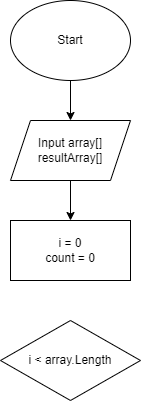
Above: algorithm.drawio.png in Toryansky/Final_Work (draw.io), before the change. Source tidied: cells renumbered, new cells last; positions are measured from the earlier drawing's top-left corner, leaving out a move shared by most shapes.
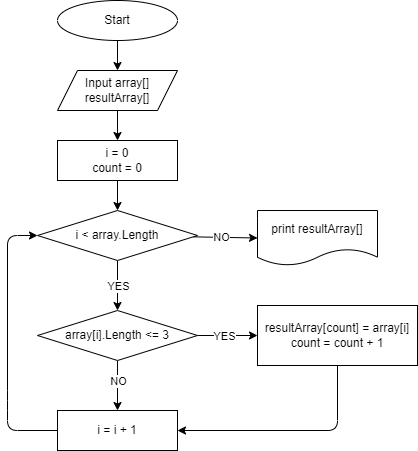
After the commit.

Commit message:
Block diagram is finished

Change to the diagram source:
```diff
@@ -6,19 +6,82 @@
       <mxGeometry relative="1" as="geometry" />
     </mxCell>
     <mxCell id="3" value="Start" style="ellipse;whiteSpace=wrap;html=1;" parent="1" vertex="1">
-      <mxGeometry x="10" width="120" height="80" as="geometry" />
+      <mxGeometry x="10" width="120" height="40" as="geometry" />
     </mxCell>
     <mxCell id="4" style="edgeStyle=none;html=1;entryX=0.5;entryY=0;entryDx=0;entryDy=0;" parent="1" edge="1" source="5" target="6">
       <mxGeometry relative="1" as="geometry" />
     </mxCell>
     <mxCell id="5" value="Input array[]&lt;br&gt;resultArray[]" style="shape=parallelogram;perimeter=parallelogramPerimeter;whiteSpace=wrap;html=1;fixedSize=1;" parent="1" vertex="1">
-      <mxGeometry x="10" y="120" width="120" height="60" as="geometry" />
+      <mxGeometry x="10" y="70" width="120" height="40" as="geometry" />
     </mxCell>
+    <mxCell id="8" style="edgeStyle=none;html=1;entryX=0.5;entryY=0;entryDx=0;entryDy=0;" parent="1" edge="1" source="6" target="7">
+      <mxGeometry relative="1" as="geometry" />
+    </mxCell>
     <mxCell id="6" value="i = 0&lt;br&gt;count = 0" style="rounded=0;whiteSpace=wrap;html=1;" parent="1" vertex="1">
-      <mxGeometry x="10" y="220" width="120" height="60" as="geometry" />
+      <mxGeometry x="10" y="140" width="120" height="40" as="geometry" />
     </mxCell>
+    <mxCell id="9" style="edgeStyle=none;html=1;entryX=0.5;entryY=0;entryDx=0;entryDy=0;" parent="1" edge="1" source="7" target="17">
+      <mxGeometry relative="1" as="geometry" />
+    </mxCell>
+    <mxCell id="10" value="YES" style="edgeLabel;html=1;align=center;verticalAlign=middle;" parent="9" vertex="1">
+      <mxGeometry x="-0.49" relative="1" as="geometry">
+        <mxPoint y="12" as="offset" />
+      </mxGeometry>
+    </mxCell>
+    <mxCell id="11" style="edgeStyle=none;html=1;entryX=0;entryY=0.5;entryDx=0;entryDy=0;" parent="1" edge="1" source="7" target="20">
+      <mxGeometry relative="1" as="geometry" />
+    </mxCell>
+    <mxCell id="12" value="NO" style="edgeLabel;html=1;align=center;verticalAlign=middle;" parent="11" vertex="1">
+      <mxGeometry x="-0.34" relative="1" as="geometry">
+        <mxPoint x="7" as="offset" />
+      </mxGeometry>
+    </mxCell>
     <mxCell id="7" value="&lt;span&gt;i &amp;lt; array.Length&lt;/span&gt;" style="rhombus;whiteSpace=wrap;html=1;" parent="1" vertex="1">
-      <mxGeometry y="320" width="140" height="80" as="geometry" />
+      <mxGeometry x="-10" y="210" width="160" height="50" as="geometry" />
     </mxCell>
+    <mxCell id="13" style="edgeStyle=none;html=1;entryX=0.5;entryY=0;entryDx=0;entryDy=0;" parent="1" edge="1" source="17" target="19">
+      <mxGeometry relative="1" as="geometry" />
+    </mxCell>
+    <mxCell id="14" value="NO" style="edgeLabel;html=1;align=center;verticalAlign=middle;" parent="13" vertex="1">
+      <mxGeometry x="-0.4" y="2" relative="1" as="geometry">
+        <mxPoint x="-2" y="5" as="offset" />
+      </mxGeometry>
+    </mxCell>
+    <mxCell id="15" style="edgeStyle=none;html=1;entryX=0;entryY=0.5;entryDx=0;entryDy=0;" parent="1" edge="1" source="17" target="22">
+      <mxGeometry relative="1" as="geometry" />
+    </mxCell>
+    <mxCell id="16" value="YES" style="edgeLabel;html=1;align=center;verticalAlign=middle;" parent="15" vertex="1">
+      <mxGeometry x="-0.29" y="-2" relative="1" as="geometry">
+        <mxPoint x="5" y="-2" as="offset" />
+      </mxGeometry>
+    </mxCell>
+    <mxCell id="17" value="&lt;span&gt;array[i].Length &amp;lt;= 3&lt;/span&gt;" style="rhombus;whiteSpace=wrap;html=1;" parent="1" vertex="1">
+      <mxGeometry x="-10" y="310" width="160" height="50" as="geometry" />
+    </mxCell>
+    <mxCell id="18" style="edgeStyle=none;html=1;entryX=0;entryY=0.5;entryDx=0;entryDy=0;" parent="1" edge="1" source="19" target="7">
+      <mxGeometry relative="1" as="geometry">
+        <Array as="points">
+          <mxPoint x="-40" y="430" />
+          <mxPoint x="-40" y="400" />
+          <mxPoint x="-40" y="235" />
+        </Array>
+      </mxGeometry>
+    </mxCell>
+    <mxCell id="19" value="&lt;span&gt;i = i + 1&lt;/span&gt;" style="rounded=0;whiteSpace=wrap;html=1;" parent="1" vertex="1">
+      <mxGeometry x="10" y="410" width="120" height="40" as="geometry" />
+    </mxCell>
+    <mxCell id="20" value="&lt;span&gt;print resultArray[]&lt;/span&gt;" style="shape=document;whiteSpace=wrap;html=1;boundedLbl=1;" parent="1" vertex="1">
+      <mxGeometry x="210" y="210" width="120" height="55" as="geometry" />
+    </mxCell>
+    <mxCell id="21" style="edgeStyle=none;html=1;entryX=1;entryY=0.5;entryDx=0;entryDy=0;" parent="1" edge="1" source="22" target="19">
+      <mxGeometry relative="1" as="geometry">
+        <Array as="points">
+          <mxPoint x="290" y="430" />
+        </Array>
+      </mxGeometry>
+    </mxCell>
+    <mxCell id="22" value="&lt;span&gt;resultArray[count] = array[i]&lt;/span&gt;&lt;br&gt;&lt;span&gt;count = count + 1&lt;/span&gt;" style="rounded=0;whiteSpace=wrap;html=1;" parent="1" vertex="1">
+      <mxGeometry x="210" y="305" width="160" height="60" as="geometry" />
+    </mxCell>
   </root>
 </mxGraphModel>
```
